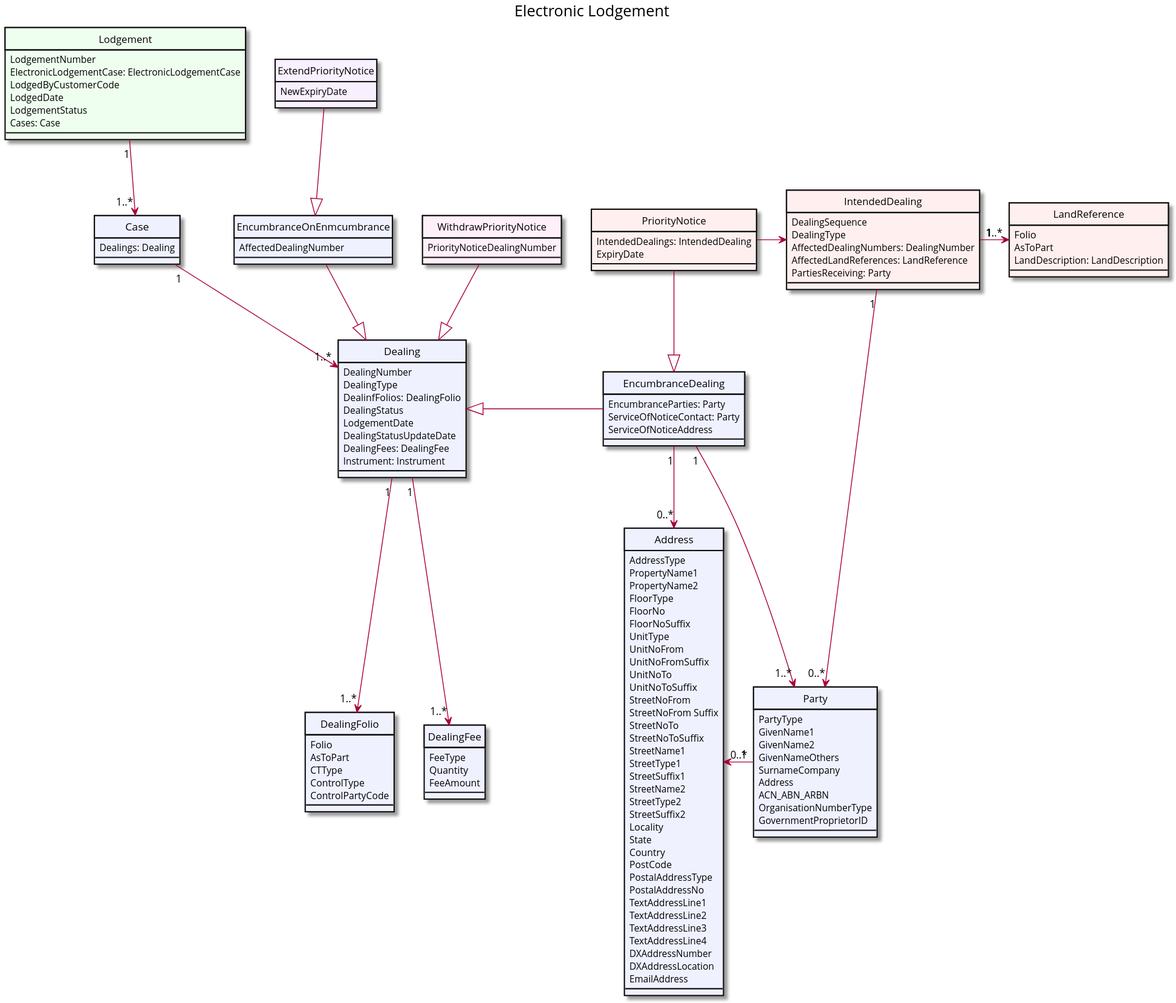
The PlantUML diagram images/lodgement.svg in mrpeel/priority-notices-plantuml, before a commit. Its source is kept beside it as puml/lodgement.puml.
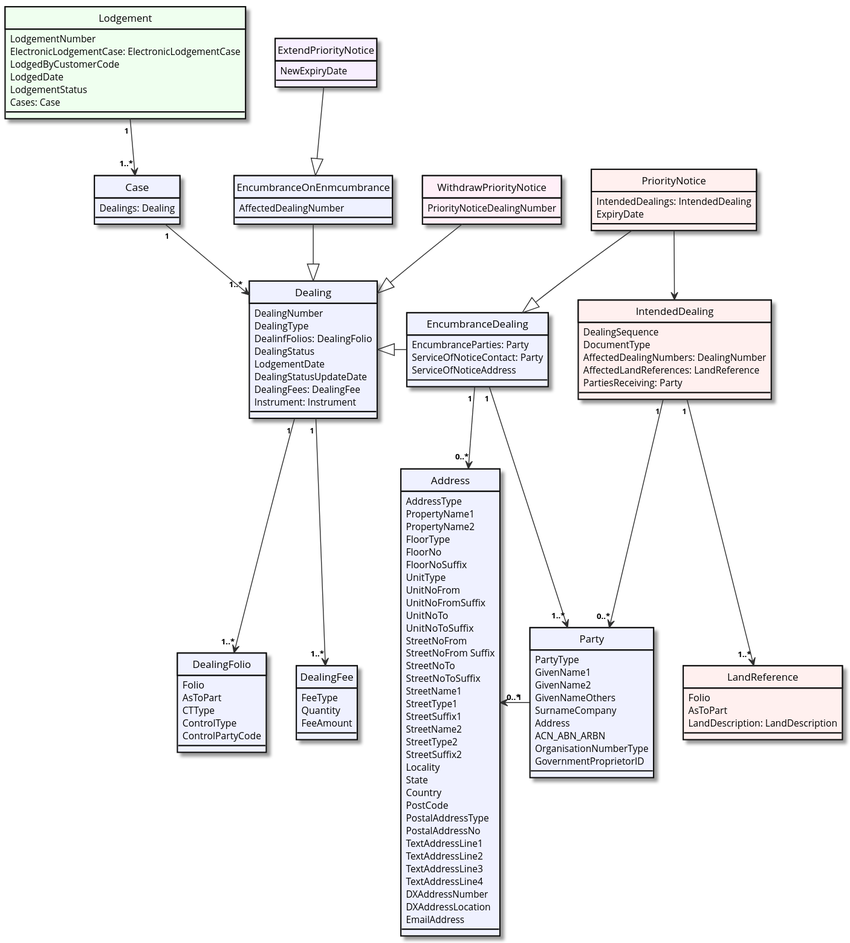
The same diagram one commit later.

Commit message:
Completes electronic lodgement case and lodgement models

The edit, as a diff of the source:
```diff
@@ -1,8 +1,11 @@
 @startuml
 skinparam defaultFontName Open Sans
 skinparam classBorderColor 0F0F0F
+skinparam classArrowColor 2F2F2F
+skinparam classArrowFontStyle bold
+skinparam classArrowFontSize 9
+
 hide circle
-title Electronic Lodgement
 
 
 class Lodgement  #EFFFEF {
@@ -117,7 +120,7 @@
 
 class IntendedDealing #FFF0EF {
   DealingSequence
-  DealingType
+  DocumentType
   AffectedDealingNumbers: DealingNumber
   AffectedLandReferences: LandReference
   PartiesReceiving: Party
@@ -129,21 +132,21 @@
   LandDescription: LandDescription
 }
 
-Lodgement "1" --> "1..*" Case
-Case "1" --> "1..*" Dealing
-Dealing "1" --> "1..*" DealingFolio
-Dealing "1" --> "1..*" DealingFee
+Lodgement "1 " --> "1..*" Case
+Case "1 " --> "1..*" Dealing
+Dealing "1 " --> "1..*" DealingFolio
+Dealing "1 " --> "1..*" DealingFee
 WithdrawPriorityNotice --|> Dealing
 EncumbranceDealing -left|> Dealing
 EncumbranceOnEnmcumbrance --|> Dealing
 ExtendPriorityNotice --|> EncumbranceOnEnmcumbrance
-EncumbranceDealing "1" --> "1..*" Party
-Party "1" -left> "0..*" Address
-EncumbranceDealing "1" --> "0..*" Address
+EncumbranceDealing "1 " --> "1..*" Party
+Party "1 " -left> "0..*" Address
+EncumbranceDealing "1 " --> "0..*" Address
 PriorityNotice --|> EncumbranceDealing
-PriorityNotice -right> IntendedDealing
-IntendedDealing "1" --> "0..*" Party
-IntendedDealing "1" -right> "1..*" LandReference
+PriorityNotice --> IntendedDealing
+IntendedDealing "1 " --> "0..*" Party
+IntendedDealing "1 " --> "1..*" LandReference
 
 
 @enduml
```
